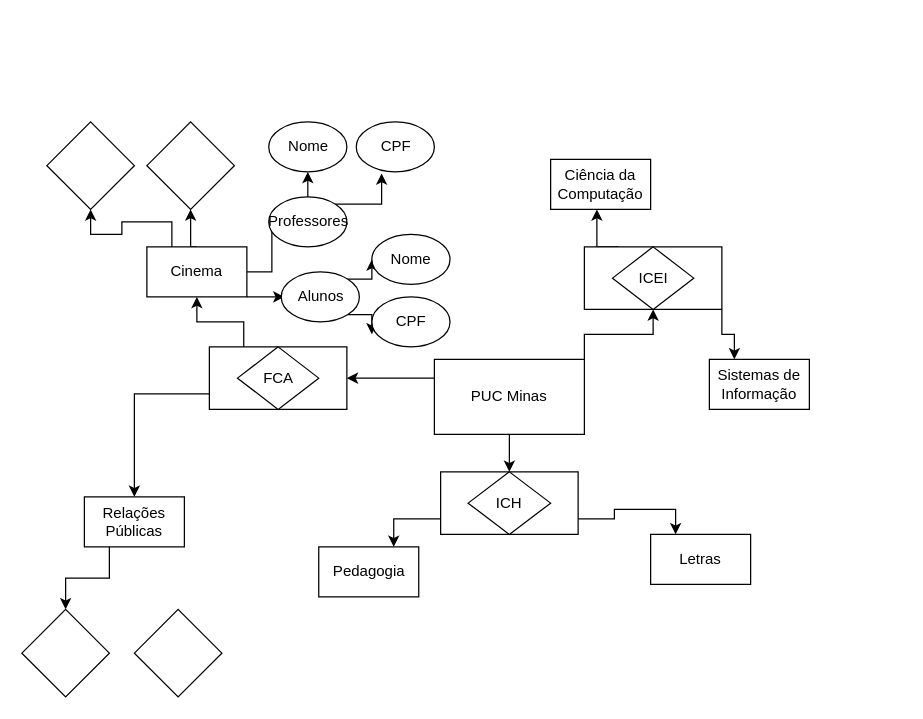
gabriel1512/aedII keeps this draw.io diagram as Untitled Diagram.drawio. Above is the earlier version. Source tidied: cells renumbered, new cells numbered last; positions are measured from the earlier drawing's top-left corner, leaving out a move shared by most shapes. Both pictures are drawn from the tidied source at 125%, with x=0, y=0 at pixel (21, 121).
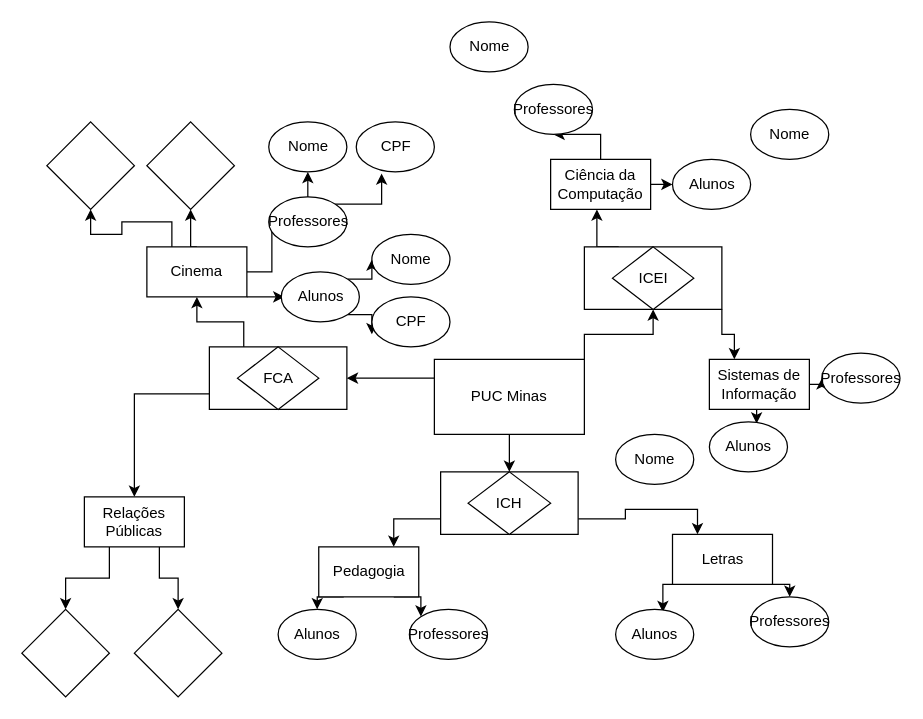
After the change.

Unchanged cells that the change refers to:
```xml
<mxCell id="24" value="Relações Públicas " style="rounded=0;whiteSpace=wrap;html=1;" parent="1" vertex="1">
  <mxGeometry x="50" y="300" width="80" height="40" as="geometry" />
</mxCell>
<mxCell id="25" value="Pedagogia " style="rounded=0;whiteSpace=wrap;html=1;" parent="1" vertex="1">
  <mxGeometry x="237.5" y="340" width="80" height="40" as="geometry" />
</mxCell>
<mxCell id="27" value="Ciência da Computação" style="rounded=0;whiteSpace=wrap;html=1;" parent="1" vertex="1">
  <mxGeometry x="423" y="30" width="80" height="40" as="geometry" />
</mxCell>
<mxCell id="28" value="Sistemas de Informação" style="rounded=0;whiteSpace=wrap;html=1;" parent="1" vertex="1">
  <mxGeometry x="550" y="190" width="80" height="40" as="geometry" />
</mxCell>
<mxCell id="32" style="rhombus;whiteSpace=wrap;html=1;" parent="1" vertex="1">
  <mxGeometry x="90" y="390" width="70" height="70" as="geometry" />
</mxCell>
```

Change to the diagram source:
```diff
@@
+    <mxCell id="43" style="edgeStyle=orthogonalEdgeStyle;rounded=0;jettySize=auto;html=1;exitX=0.75;exitY=1;exitDx=0;exitDy=0;entryX=0.5;entryY=0;entryDx=0;entryDy=0;" parent="1" edge="1" source="24" target="32">
+      <mxGeometry relative="1" as="geometry" />
+    </mxCell>
@@
+    <mxCell id="44" style="edgeStyle=orthogonalEdgeStyle;rounded=0;jettySize=auto;html=1;exitX=0.25;exitY=1;exitDx=0;exitDy=0;entryX=0.5;entryY=0;entryDx=0;entryDy=0;" parent="1" edge="1" source="25" target="58">
+      <mxGeometry relative="1" as="geometry" />
+    </mxCell>
+    <mxCell id="45" style="edgeStyle=orthogonalEdgeStyle;rounded=0;jettySize=auto;html=1;exitX=0.75;exitY=1;exitDx=0;exitDy=0;entryX=0;entryY=0;entryDx=0;entryDy=0;" parent="1" edge="1" source="25" target="57">
+      <mxGeometry relative="1" as="geometry" />
+    </mxCell>
@@
+    <mxCell id="46" style="edgeStyle=orthogonalEdgeStyle;rounded=0;jettySize=auto;html=1;exitX=0.25;exitY=1;exitDx=0;exitDy=0;entryX=0.605;entryY=0.054;entryDx=0;entryDy=0;entryPerimeter=0;" parent="1" edge="1" source="26" target="59">
+      <mxGeometry relative="1" as="geometry" />
+    </mxCell>
+    <mxCell id="47" style="edgeStyle=orthogonalEdgeStyle;rounded=0;jettySize=auto;html=1;exitX=0.75;exitY=1;exitDx=0;exitDy=0;entryX=0.5;entryY=0;entryDx=0;entryDy=0;" parent="1" edge="1" source="26" target="56">
+      <mxGeometry relative="1" as="geometry" />
+    </mxCell>
     <mxCell id="26" value="Letras" style="rounded=0;whiteSpace=wrap;html=1;" parent="1" vertex="1">
-      <mxGeometry x="503" y="330" width="80" height="40" as="geometry" />
+      <mxGeometry x="520.5" y="330" width="80" height="40" as="geometry" />
     </mxCell>
+    <mxCell id="48" style="edgeStyle=orthogonalEdgeStyle;rounded=0;jettySize=auto;html=1;exitX=1;exitY=0.5;exitDx=0;exitDy=0;entryX=0;entryY=0.5;entryDx=0;entryDy=0;" parent="1" edge="1" source="27" target="53">
+      <mxGeometry relative="1" as="geometry" />
+    </mxCell>
+    <mxCell id="49" style="edgeStyle=orthogonalEdgeStyle;rounded=0;jettySize=auto;html=1;" parent="1" edge="1" source="27" target="52">
+      <mxGeometry relative="1" as="geometry" />
+    </mxCell>
@@
+    <mxCell id="50" style="edgeStyle=orthogonalEdgeStyle;rounded=0;jettySize=auto;html=1;exitX=1;exitY=0.5;exitDx=0;exitDy=0;entryX=0;entryY=0.5;entryDx=0;entryDy=0;" parent="1" edge="1" source="28" target="55">
+      <mxGeometry relative="1" as="geometry" />
+    </mxCell>
+    <mxCell id="51" style="edgeStyle=orthogonalEdgeStyle;rounded=0;jettySize=auto;html=1;exitX=0.5;exitY=1;exitDx=0;exitDy=0;entryX=0.605;entryY=0.033;entryDx=0;entryDy=0;entryPerimeter=0;" parent="1" edge="1" source="28" target="54">
+      <mxGeometry relative="1" as="geometry" />
+    </mxCell>
@@
+    <mxCell id="52" value="Professores" style="ellipse;whiteSpace=wrap;html=1;" parent="1" vertex="1">
+      <mxGeometry x="394" y="-30" width="62.5" height="40" as="geometry" />
+    </mxCell>
+    <mxCell id="53" value="Alunos " style="ellipse;whiteSpace=wrap;html=1;" parent="1" vertex="1">
+      <mxGeometry x="520.5" y="30" width="62.5" height="40" as="geometry" />
+    </mxCell>
+    <mxCell id="54" value="Alunos " style="ellipse;whiteSpace=wrap;html=1;" parent="1" vertex="1">
+      <mxGeometry x="550" y="240" width="62.5" height="40" as="geometry" />
+    </mxCell>
+    <mxCell id="55" value="Professores" style="ellipse;whiteSpace=wrap;html=1;" parent="1" vertex="1">
+      <mxGeometry x="640" y="185" width="62.5" height="40" as="geometry" />
+    </mxCell>
+    <mxCell id="56" value="Professores" style="ellipse;whiteSpace=wrap;html=1;" parent="1" vertex="1">
+      <mxGeometry x="583" y="380" width="62.5" height="40" as="geometry" />
+    </mxCell>
+    <mxCell id="57" value="Professores" style="ellipse;whiteSpace=wrap;html=1;" parent="1" vertex="1">
+      <mxGeometry x="310" y="390" width="62.5" height="40" as="geometry" />
+    </mxCell>
+    <mxCell id="58" value="Alunos " style="ellipse;whiteSpace=wrap;html=1;" parent="1" vertex="1">
+      <mxGeometry x="205" y="390" width="62.5" height="40" as="geometry" />
+    </mxCell>
+    <mxCell id="59" value="Alunos " style="ellipse;whiteSpace=wrap;html=1;" parent="1" vertex="1">
+      <mxGeometry x="475" y="390" width="62.5" height="40" as="geometry" />
+    </mxCell>
+    <mxCell id="60" value="Nome" style="ellipse;whiteSpace=wrap;html=1;" parent="1" vertex="1">
+      <mxGeometry x="583" y="-10" width="62.5" height="40" as="geometry" />
+    </mxCell>
+    <mxCell id="61" value="Nome" style="ellipse;whiteSpace=wrap;html=1;" parent="1" vertex="1">
+      <mxGeometry x="342.5" y="-80" width="62.5" height="40" as="geometry" />
+    </mxCell>
+    <mxCell id="62" value="Nome" style="ellipse;whiteSpace=wrap;html=1;" parent="1" vertex="1">
+      <mxGeometry x="475" y="250" width="62.5" height="40" as="geometry" />
+    </mxCell>
```
